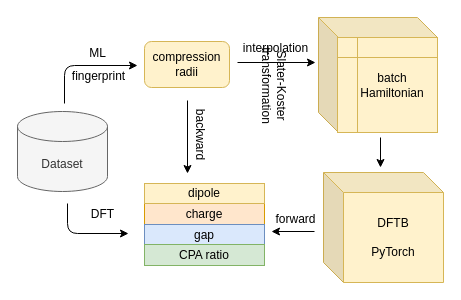
Before: Untitled Diagram.drawio in FanGuozheng/dftbpy, a draw.io diagram. Source tidied: cells renumbered, new cells numbered last; positions are measured from the earlier drawing's top-left corner, leaving out a move shared by most shapes. Both pictures are drawn from the tidied source at 100%, with x=0, y=0 at pixel (17, 17).
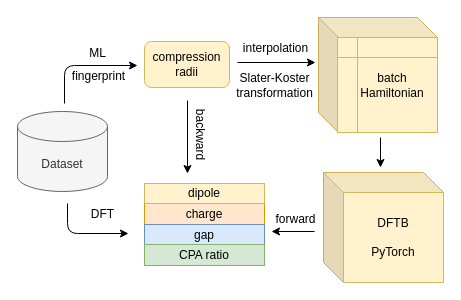
The same diagram, later.

Diff of the diagram source:
```diff
@@
-    <mxCell id="18" value="Slater-Koster&lt;br&gt;transformation" style="text;html=1;align=center;verticalAlign=middle;rotation=90;" parent="1" vertex="1">
+    <mxCell id="18" value="Slater-Koster&lt;br&gt;transformation" style="text;html=1;align=center;verticalAlign=middle;rotation=0;" parent="1" vertex="1">
       <mxGeometry x="212" y="53" width="90" height="30" as="geometry" />
     </mxCell>
```
